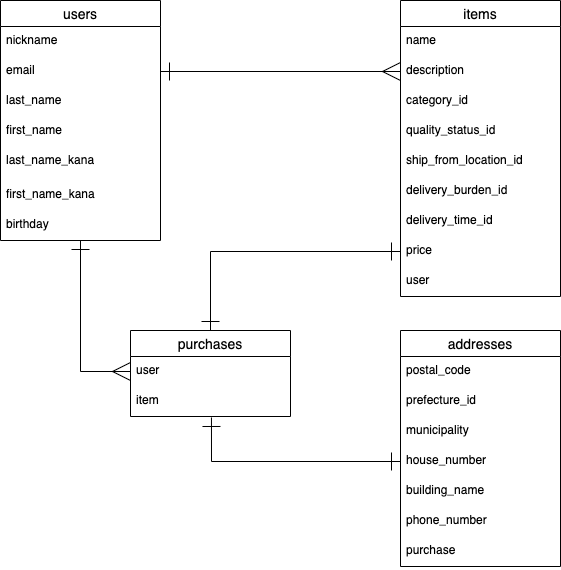
The draw.io diagram er.drawio.png in moriken4320/furima-32011, before a commit. Source tidied: cells renumbered, new cells last; positions are measured from the earlier drawing's top-left corner, leaving out a move shared by most shapes.
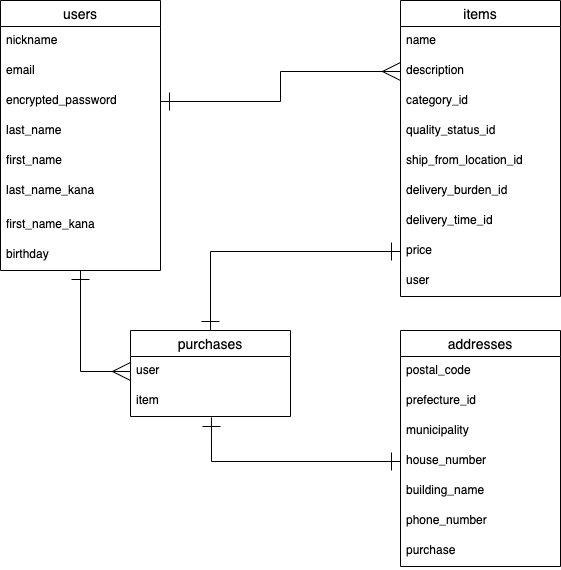
Later version of the same file.

Commit message:
データベース設計を再修正

Diff of the diagram source:
```diff
@@ -3,28 +3,31 @@
     <mxCell id="0" />
     <mxCell id="1" parent="0" />
     <mxCell id="2" value="users" style="swimlane;fontStyle=0;horizontal=1;startSize=26;align=center;fontSize=14;" parent="1" vertex="1">
-      <mxGeometry width="160" height="240" as="geometry" />
+      <mxGeometry width="160" height="270" as="geometry" />
     </mxCell>
     <mxCell id="3" value="nickname" style="text;strokeColor=none;fillColor=none;spacingLeft=4;spacingRight=4;overflow=hidden;fontSize=12;" parent="2" vertex="1">
       <mxGeometry y="26" width="160" height="30" as="geometry" />
     </mxCell>
+    <mxCell id="35" value="email" style="text;strokeColor=none;fillColor=none;spacingLeft=4;spacingRight=4;overflow=hidden;fontSize=12;" parent="2" vertex="1">
+      <mxGeometry y="56" width="160" height="30" as="geometry" />
+    </mxCell>
-    <mxCell id="4" value="email" style="text;strokeColor=none;fillColor=none;spacingLeft=4;spacingRight=4;overflow=hidden;points=[[0,0.5],[1,0.5]];portConstraint=eastwest;fontSize=12;" parent="2" vertex="1">
-      <mxGeometry y="56" width="160" height="30" as="geometry" />
+    <mxCell id="4" value="encrypted_password" style="text;strokeColor=none;fillColor=none;spacingLeft=4;spacingRight=4;overflow=hidden;points=[[0,0.5],[1,0.5]];portConstraint=eastwest;fontSize=12;" parent="2" vertex="1">
+      <mxGeometry y="86" width="160" height="30" as="geometry" />
     </mxCell>
     <mxCell id="5" value="last_name" style="text;strokeColor=none;fillColor=none;spacingLeft=4;spacingRight=4;overflow=hidden;fontSize=12;" parent="2" vertex="1">
-      <mxGeometry y="86" width="160" height="30" as="geometry" />
+      <mxGeometry y="116" width="160" height="30" as="geometry" />
     </mxCell>
     <mxCell id="6" value="first_name" style="text;strokeColor=none;fillColor=none;spacingLeft=4;spacingRight=4;overflow=hidden;fontSize=12;" parent="2" vertex="1">
-      <mxGeometry y="116" width="160" height="30" as="geometry" />
+      <mxGeometry y="146" width="160" height="30" as="geometry" />
     </mxCell>
     <mxCell id="7" value="last_name_kana" style="text;strokeColor=none;fillColor=none;spacingLeft=4;spacingRight=4;overflow=hidden;fontSize=12;" parent="2" vertex="1">
-      <mxGeometry y="146" width="160" height="34" as="geometry" />
+      <mxGeometry y="176" width="160" height="34" as="geometry" />
     </mxCell>
     <mxCell id="8" value="first_name_kana" style="text;strokeColor=none;fillColor=none;spacingLeft=4;spacingRight=4;overflow=hidden;fontSize=12;" parent="2" vertex="1">
-      <mxGeometry y="180" width="160" height="30" as="geometry" />
+      <mxGeometry y="210" width="160" height="30" as="geometry" />
     </mxCell>
     <mxCell id="9" value="birthday" style="text;strokeColor=none;fillColor=none;spacingLeft=4;spacingRight=4;overflow=hidden;fontSize=12;" parent="2" vertex="1">
-      <mxGeometry y="210" width="160" height="30" as="geometry" />
+      <mxGeometry y="240" width="160" height="30" as="geometry" />
     </mxCell>
     <mxCell id="10" style="edgeStyle=orthogonalEdgeStyle;rounded=0;jettySize=auto;html=1;exitX=1;exitY=0.5;exitDx=0;exitDy=0;entryX=0;entryY=0.5;entryDx=0;entryDy=0;startArrow=ERone;startFill=0;endArrow=ERmany;endFill=0;endSize=16;startSize=16;" parent="1" edge="1" source="4" target="15">
       <mxGeometry relative="1" as="geometry" />
```
